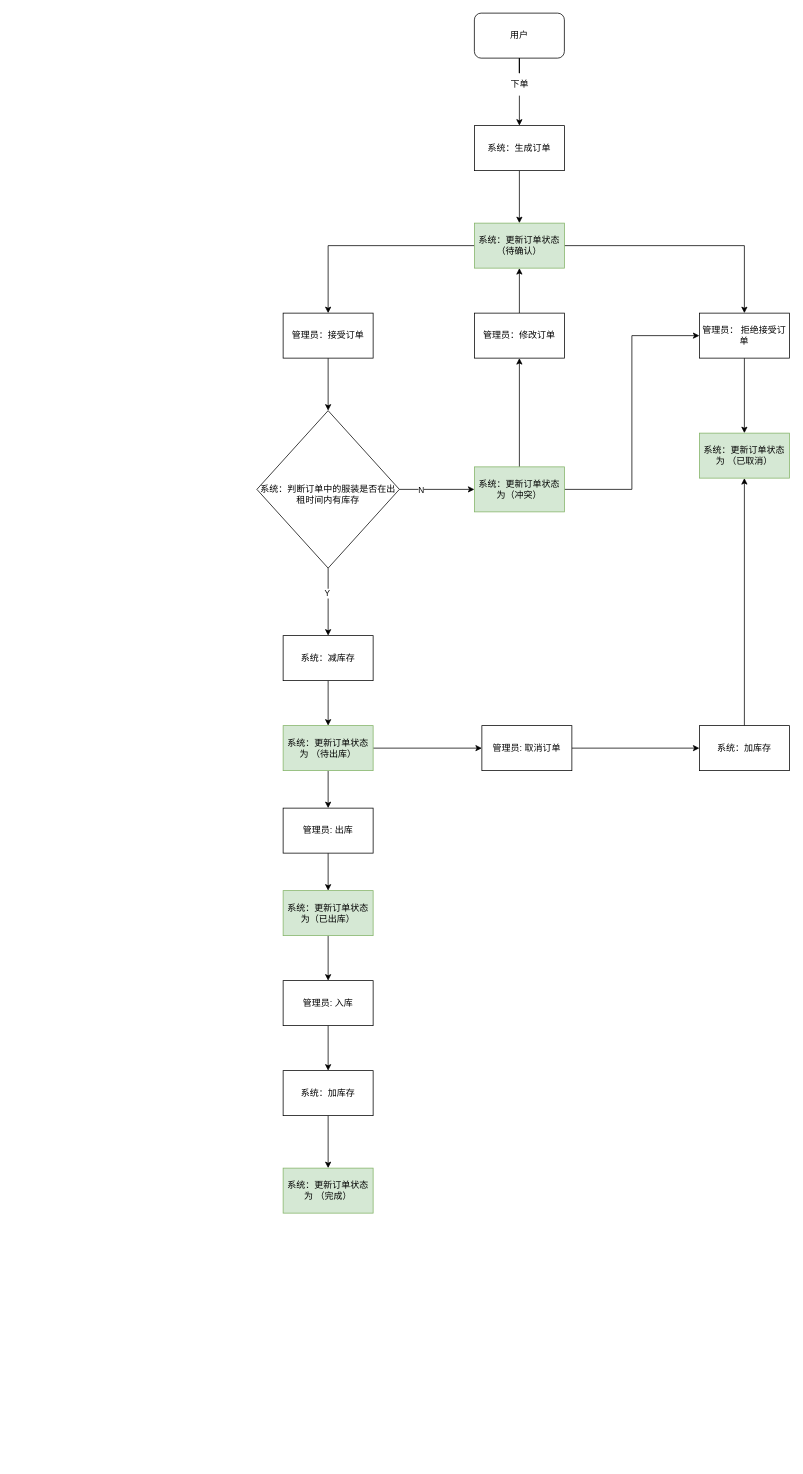
Before: page "DMS-ERP-订单" (13 of 13) of show-draw/all.drawio in FL-LearningGroup/LucasNote, a draw.io diagram. Source tidied: cells renumbered, new cells numbered last; positions are measured from the earlier drawing's top-left corner, leaving out a move shared by most shapes. Both pictures are drawn from the tidied source at 75%, with x=0, y=0 at pixel (256, 13).
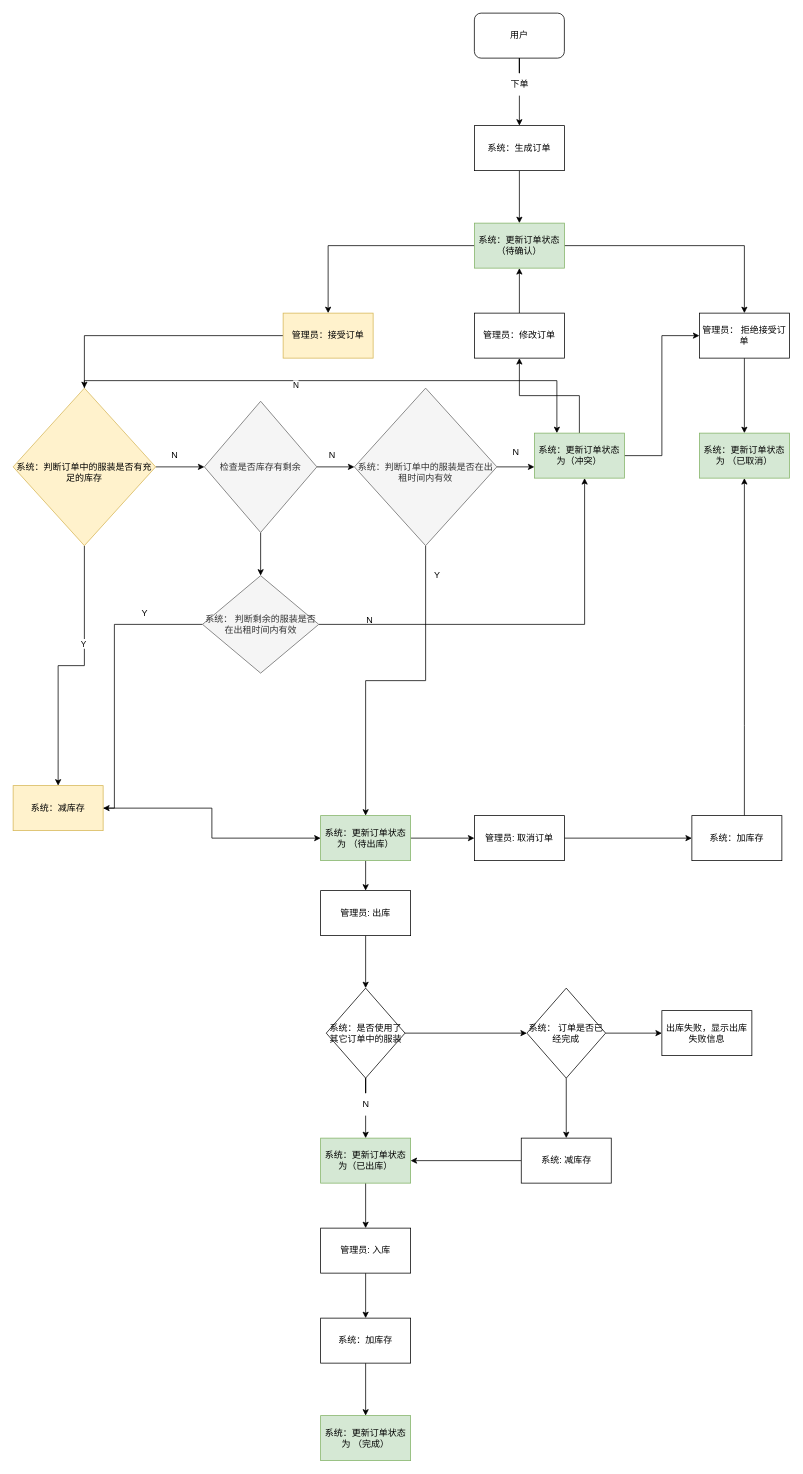
Above is the later version.

Unchanged cells that the change refers to:
```xml
<mxCell id="15" value="系统：更新订单状态为 （已取消）" style="rounded=0;whiteSpace=wrap;html=1;fillColor=#d5e8d4;strokeColor=#82b366;" parent="1" vertex="1">
  <mxGeometry x="590" y="560" width="120" height="60" as="geometry" />
</mxCell>
```

What changed in the source:
```diff
@@
-    <mxCell id="12" value="管理员：接受订单" style="rounded=0;whiteSpace=wrap;html=1;" parent="1" vertex="1">
+    <mxCell id="12" value="管理员：接受订单" style="rounded=0;whiteSpace=wrap;html=1;fillColor=#fff2cc;strokeColor=#d6b656;" parent="1" vertex="1">
       <mxGeometry x="35" y="400" width="120" height="60" as="geometry" />
     </mxCell>
@@
+    <mxCell id="18" style="edgeStyle=orthogonalEdgeStyle;rounded=0;jettySize=auto;html=1;" parent="1" edge="1" source="20" target="25">
+      <mxGeometry relative="1" as="geometry" />
+    </mxCell>
+    <mxCell id="19" value="Y" style="edgeLabel;html=1;align=center;verticalAlign=middle;" parent="18" vertex="1">
+      <mxGeometry x="-0.27" y="-2" relative="1" as="geometry" />
+    </mxCell>
+    <mxCell id="44" style="edgeStyle=orthogonalEdgeStyle;rounded=0;jettySize=auto;html=1;entryX=0;entryY=0.5;entryDx=0;entryDy=0;" parent="1" edge="1" source="20" target="57">
+      <mxGeometry relative="1" as="geometry" />
+    </mxCell>
-    <mxCell id="16" style="edgeStyle=orthogonalEdgeStyle;rounded=0;jettySize=auto;html=1;" parent="1" edge="1" source="20" target="23">
-      <mxGeometry relative="1" as="geometry" />
+    <mxCell id="16" style="edgeStyle=orthogonalEdgeStyle;rounded=0;jettySize=auto;html=1;entryX=0.25;entryY=0;entryDx=0;entryDy=0;" parent="1" edge="1" source="20" target="23">
+      <mxGeometry relative="1" as="geometry">
+        <Array as="points">
+          <mxPoint x="-230" y="490" />
+          <mxPoint x="400" y="490" />
+        </Array>
+      </mxGeometry>
     </mxCell>
     <mxCell id="17" value="N" style="edgeLabel;html=1;align=center;verticalAlign=middle;" parent="16" vertex="1">
-      <mxGeometry x="-0.45" relative="1" as="geometry" />
+      <mxGeometry x="-0.18" y="-5" relative="1" as="geometry" />
     </mxCell>
-    <mxCell id="18" style="edgeStyle=orthogonalEdgeStyle;rounded=0;jettySize=auto;html=1;" parent="1" edge="1" source="20" target="25">
-      <mxGeometry relative="1" as="geometry" />
-    </mxCell>
-    <mxCell id="19" value="Y" style="edgeLabel;html=1;align=center;verticalAlign=middle;" parent="18" vertex="1">
-      <mxGeometry x="-0.27" y="-2" relative="1" as="geometry" />
-    </mxCell>
-    <mxCell id="20" value="&lt;br&gt;系统：判断订单中的服装是否在出租时间内有库存" style="rhombus;whiteSpace=wrap;html=1;rounded=0;align=center;verticalAlign=middle;" parent="1" vertex="1">
-      <mxGeometry y="530" width="190" height="210" as="geometry" />
+    <mxCell id="20" value="&lt;br&gt;系统：判断订单中的服装是否有充足的库存" style="rhombus;whiteSpace=wrap;html=1;rounded=0;align=center;verticalAlign=middle;fillColor=#fff2cc;strokeColor=#d6b656;" parent="1" vertex="1">
+      <mxGeometry x="-325" y="500" width="190" height="210" as="geometry" />
     </mxCell>
@@
     <mxCell id="23" value="系统：更新订单状态为（冲突）" style="whiteSpace=wrap;html=1;rounded=0;fillColor=#d5e8d4;strokeColor=#82b366;" parent="1" vertex="1">
-      <mxGeometry x="290" y="605" width="120" height="60" as="geometry" />
+      <mxGeometry x="370" y="560" width="120" height="60" as="geometry" />
     </mxCell>
@@
-    <mxCell id="25" value="系统：减库存" style="whiteSpace=wrap;html=1;rounded=0;" parent="1" vertex="1">
-      <mxGeometry x="35" y="830" width="120" height="60" as="geometry" />
+    <mxCell id="25" value="系统：减库存" style="whiteSpace=wrap;html=1;rounded=0;fillColor=#fff2cc;strokeColor=#d6b656;" parent="1" vertex="1">
+      <mxGeometry x="-325" y="1030" width="120" height="60" as="geometry" />
     </mxCell>
@@
     <mxCell id="28" value="系统：更新订单状态为 （待出库）" style="whiteSpace=wrap;html=1;rounded=0;fillColor=#d5e8d4;strokeColor=#82b366;" parent="1" vertex="1">
-      <mxGeometry x="35" y="950" width="120" height="60" as="geometry" />
+      <mxGeometry x="85" y="1070" width="120" height="60" as="geometry" />
     </mxCell>
@@
     <mxCell id="30" value="系统：更新订单状态为（已出库）" style="whiteSpace=wrap;html=1;rounded=0;fillColor=#d5e8d4;strokeColor=#82b366;" parent="1" vertex="1">
-      <mxGeometry x="35" y="1170" width="120" height="60" as="geometry" />
+      <mxGeometry x="85" y="1500" width="120" height="60" as="geometry" />
     </mxCell>
@@
     <mxCell id="32" value="系统：加库存" style="whiteSpace=wrap;html=1;rounded=0;" parent="1" vertex="1">
-      <mxGeometry x="35" y="1410" width="120" height="60" as="geometry" />
+      <mxGeometry x="85" y="1740" width="120" height="60" as="geometry" />
     </mxCell>
     <mxCell id="33" value="系统：更新订单状态为 （完成）" style="whiteSpace=wrap;html=1;rounded=0;fillColor=#d5e8d4;strokeColor=#82b366;" parent="1" vertex="1">
-      <mxGeometry x="35" y="1540" width="120" height="60" as="geometry" />
+      <mxGeometry x="85" y="1870" width="120" height="60" as="geometry" />
     </mxCell>
     <mxCell id="34" style="edgeStyle=orthogonalEdgeStyle;rounded=0;jettySize=auto;html=1;entryX=0.5;entryY=1;entryDx=0;entryDy=0;" parent="1" edge="1" source="35" target="15">
-      <mxGeometry relative="1" as="geometry" />
+      <mxGeometry relative="1" as="geometry">
+        <Array as="points">
+          <mxPoint x="650" y="950" />
+          <mxPoint x="650" y="950" />
+        </Array>
+      </mxGeometry>
     </mxCell>
     <mxCell id="35" value="系统：加库存" style="whiteSpace=wrap;html=1;rounded=0;" parent="1" vertex="1">
-      <mxGeometry x="590" y="950" width="120" height="60" as="geometry" />
+      <mxGeometry x="580" y="1070" width="120" height="60" as="geometry" />
     </mxCell>
@@
     <mxCell id="39" value="管理员: 取消订单" style="rounded=0;whiteSpace=wrap;html=1;" parent="1" vertex="1">
-      <mxGeometry x="300" y="950" width="120" height="60" as="geometry" />
+      <mxGeometry x="290" y="1070" width="120" height="60" as="geometry" />
     </mxCell>
-    <mxCell id="40" style="edgeStyle=orthogonalEdgeStyle;rounded=0;jettySize=auto;html=1;entryX=0.5;entryY=0;entryDx=0;entryDy=0;" parent="1" edge="1" source="41" target="30">
-      <mxGeometry relative="1" as="geometry" />
-    </mxCell>
+    <mxCell id="45" style="edgeStyle=orthogonalEdgeStyle;rounded=0;jettySize=auto;html=1;" parent="1" edge="1" source="41" target="51">
+      <mxGeometry relative="1" as="geometry" />
+    </mxCell>
     <mxCell id="41" value="管理员: 出库" style="rounded=0;whiteSpace=wrap;html=1;" parent="1" vertex="1">
-      <mxGeometry x="35" y="1060" width="120" height="60" as="geometry" />
+      <mxGeometry x="85" y="1170" width="120" height="60" as="geometry" />
     </mxCell>
@@
     <mxCell id="43" value="管理员: 入库" style="rounded=0;whiteSpace=wrap;html=1;" parent="1" vertex="1">
-      <mxGeometry x="35" y="1290" width="120" height="60" as="geometry" />
+      <mxGeometry x="85" y="1620" width="120" height="60" as="geometry" />
     </mxCell>
+    <mxCell id="46" style="edgeStyle=orthogonalEdgeStyle;rounded=0;jettySize=auto;html=1;entryX=0.5;entryY=0;entryDx=0;entryDy=0;" parent="1" edge="1" source="48" target="28">
+      <mxGeometry relative="1" as="geometry" />
+    </mxCell>
+    <mxCell id="47" style="edgeStyle=orthogonalEdgeStyle;rounded=0;jettySize=auto;html=1;entryX=0;entryY=0.75;entryDx=0;entryDy=0;" parent="1" edge="1" source="48" target="23">
+      <mxGeometry relative="1" as="geometry" />
+    </mxCell>
+    <mxCell id="48" value="&lt;br&gt;系统：判断订单中的服装是否在出租时间内有效" style="rhombus;whiteSpace=wrap;html=1;rounded=0;align=center;verticalAlign=middle;fillColor=#f5f5f5;fontColor=#333333;strokeColor=#666666;" parent="1" vertex="1">
+      <mxGeometry x="130" y="500" width="190" height="210" as="geometry" />
+    </mxCell>
+    <mxCell id="49" style="edgeStyle=orthogonalEdgeStyle;rounded=0;jettySize=auto;html=1;entryX=0.5;entryY=0;entryDx=0;entryDy=0;startArrow=none;" parent="1" edge="1" source="54" target="30">
+      <mxGeometry relative="1" as="geometry">
+        <Array as="points">
+          <mxPoint x="145" y="1460" />
+          <mxPoint x="145" y="1460" />
+        </Array>
+      </mxGeometry>
+    </mxCell>
+    <mxCell id="50" style="edgeStyle=orthogonalEdgeStyle;rounded=0;jettySize=auto;html=1;" parent="1" edge="1" source="51" target="69">
+      <mxGeometry relative="1" as="geometry" />
+    </mxCell>
+    <mxCell id="51" value="系统：是否使用了其它订单中的服装" style="rhombus;whiteSpace=wrap;html=1;rounded=0;" parent="1" vertex="1">
+      <mxGeometry x="92.5" y="1300" width="105" height="120" as="geometry" />
+    </mxCell>
+    <mxCell id="52" value="出库失败，显示出库失败信息" style="whiteSpace=wrap;html=1;rounded=0;" parent="1" vertex="1">
+      <mxGeometry x="540" y="1330" width="120" height="60" as="geometry" />
+    </mxCell>
+    <mxCell id="53" style="edgeStyle=orthogonalEdgeStyle;rounded=0;jettySize=auto;html=1;entryX=0.5;entryY=0;entryDx=0;entryDy=0;endArrow=none;" parent="1" edge="1" source="51" target="54">
+      <mxGeometry relative="1" as="geometry" />
+    </mxCell>
+    <mxCell id="54" value="N" style="text;html=1;align=center;verticalAlign=middle;points=[];strokeColor=none;fillColor=none;" parent="1" vertex="1">
+      <mxGeometry x="130" y="1440" width="30" height="30" as="geometry" />
+    </mxCell>
+    <mxCell id="55" style="edgeStyle=orthogonalEdgeStyle;rounded=0;jettySize=auto;html=1;entryX=0;entryY=0.5;entryDx=0;entryDy=0;" parent="1" edge="1" source="57" target="48">
+      <mxGeometry relative="1" as="geometry" />
+    </mxCell>
+    <mxCell id="56" style="edgeStyle=orthogonalEdgeStyle;rounded=0;jettySize=auto;html=1;" parent="1" edge="1" source="57" target="64">
+      <mxGeometry relative="1" as="geometry" />
+    </mxCell>
+    <mxCell id="57" value="检查是否库存有剩余" style="rhombus;whiteSpace=wrap;html=1;fillColor=#f5f5f5;fontColor=#333333;strokeColor=#666666;" parent="1" vertex="1">
+      <mxGeometry x="-70" y="517.5" width="150" height="175" as="geometry" />
+    </mxCell>
+    <mxCell id="58" value="N" style="text;html=1;align=center;verticalAlign=middle;strokeColor=none;fillColor=none;" parent="1" vertex="1">
+      <mxGeometry x="-125" y="575" width="30" height="30" as="geometry" />
+    </mxCell>
+    <mxCell id="59" value="N" style="text;html=1;align=center;verticalAlign=middle;strokeColor=none;fillColor=none;" parent="1" vertex="1">
+      <mxGeometry x="85" y="575" width="30" height="30" as="geometry" />
+    </mxCell>
+    <mxCell id="60" value="Y" style="text;html=1;align=center;verticalAlign=middle;strokeColor=none;fillColor=none;" parent="1" vertex="1">
+      <mxGeometry x="225" y="735" width="30" height="30" as="geometry" />
+    </mxCell>
+    <mxCell id="61" value="N" style="text;html=1;align=center;verticalAlign=middle;strokeColor=none;fillColor=none;" parent="1" vertex="1">
+      <mxGeometry x="330" y="570" width="30" height="30" as="geometry" />
+    </mxCell>
+    <mxCell id="62" style="edgeStyle=orthogonalEdgeStyle;rounded=0;jettySize=auto;html=1;" parent="1" edge="1" source="64" target="25">
+      <mxGeometry relative="1" as="geometry">
+        <Array as="points">
+          <mxPoint x="-190" y="815" />
+        </Array>
+      </mxGeometry>
+    </mxCell>
+    <mxCell id="63" style="edgeStyle=orthogonalEdgeStyle;rounded=0;jettySize=auto;html=1;entryX=0.558;entryY=1;entryDx=0;entryDy=0;entryPerimeter=0;" parent="1" edge="1" source="64" target="23">
+      <mxGeometry relative="1" as="geometry" />
+    </mxCell>
+    <mxCell id="64" value="系统： 判断剩余的服装是否在出租时间内有效" style="rhombus;whiteSpace=wrap;html=1;fillColor=#f5f5f5;fontColor=#333333;strokeColor=#666666;" parent="1" vertex="1">
+      <mxGeometry x="-72.5" y="750" width="155" height="130" as="geometry" />
+    </mxCell>
+    <mxCell id="65" value="N" style="text;html=1;align=center;verticalAlign=middle;strokeColor=none;fillColor=none;" parent="1" vertex="1">
+      <mxGeometry x="135" y="795" width="30" height="30" as="geometry" />
+    </mxCell>
+    <mxCell id="66" value="Y" style="text;html=1;align=center;verticalAlign=middle;strokeColor=none;fillColor=none;" parent="1" vertex="1">
+      <mxGeometry x="-165" y="785" width="30" height="30" as="geometry" />
+    </mxCell>
+    <mxCell id="67" style="edgeStyle=orthogonalEdgeStyle;rounded=0;jettySize=auto;html=1;" parent="1" edge="1" source="69" target="52">
+      <mxGeometry relative="1" as="geometry" />
+    </mxCell>
+    <mxCell id="68" style="edgeStyle=orthogonalEdgeStyle;rounded=0;jettySize=auto;html=1;" parent="1" edge="1" source="69" target="71">
+      <mxGeometry relative="1" as="geometry" />
+    </mxCell>
+    <mxCell id="69" value="系统： 订单是否已经完成" style="rhombus;whiteSpace=wrap;html=1;rounded=0;" parent="1" vertex="1">
+      <mxGeometry x="360" y="1300" width="105" height="120" as="geometry" />
+    </mxCell>
+    <mxCell id="70" style="edgeStyle=orthogonalEdgeStyle;rounded=0;jettySize=auto;html=1;entryX=1;entryY=0.5;entryDx=0;entryDy=0;" parent="1" edge="1" source="71" target="30">
+      <mxGeometry relative="1" as="geometry" />
+    </mxCell>
+    <mxCell id="71" value="系统: 减库存" style="whiteSpace=wrap;html=1;rounded=0;" parent="1" vertex="1">
+      <mxGeometry x="352.5" y="1500" width="120" height="60" as="geometry" />
+    </mxCell>
```
